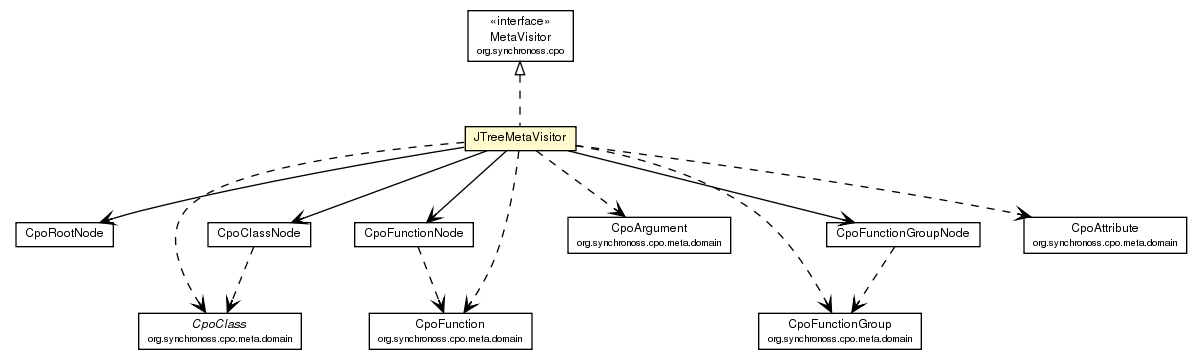
This is site/apidocs/org/synchronoss/cpo/util/JTreeMetaVisitor.png from synchronoss/cpo-util, a Graphviz export, as it was before one commit. Its source is kept beside it as site/apidocs/org/synchronoss/cpo/util/JTreeMetaVisitor.dot.
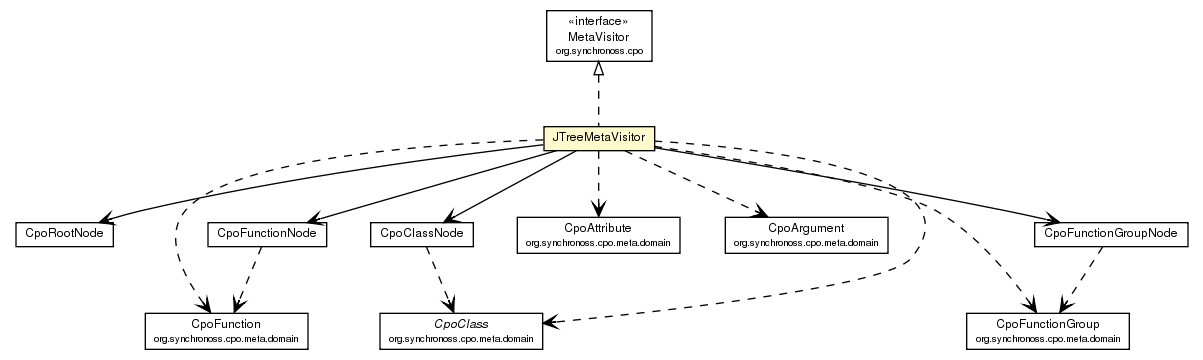
The same file after the commit.

What changed in the source:
```diff
@@ -34,13 +34,13 @@
 	c1707:p -> c1721:p [taillabel="", label="", headlabel="", fontname="Helvetica", fontcolor="black", fontsize=10.0, color="black", arrowhead=open];
 	c1707:p -> c1765:p [taillabel="", label="", headlabel="", fontname="Helvetica", fontcolor="black", fontsize=10.0, color="black", arrowhead=open, style=dashed];
 	c1707:p -> c1766:p [taillabel="", label="", headlabel="", fontname="Helvetica", fontcolor="black", fontsize=10.0, color="black", arrowhead=open, style=dashed];
-	c1707:p -> c1768:p [taillabel="", label="", headlabel="", fontname="Helvetica", fontcolor="black", fontsize=10.0, color="black", arrowhead=open, style=dashed];
+	c1707:p -> c1767:p [taillabel="", label="", headlabel="", fontname="Helvetica", fontcolor="black", fontsize=10.0, color="black", arrowhead=open, style=dashed];
 	c1707:p -> c1769:p [taillabel="", label="", headlabel="", fontname="Helvetica", fontcolor="black", fontsize=10.0, color="black", arrowhead=open, style=dashed];
 	c1707:p -> c1770:p [taillabel="", label="", headlabel="", fontname="Helvetica", fontcolor="black", fontsize=10.0, color="black", arrowhead=open, style=dashed];
-	c1721:p -> c1769:p [taillabel="", label="", headlabel="", fontname="Helvetica", fontcolor="black", fontsize=10.0, color="black", arrowhead=open, style=dashed];
-	c1723:p -> c1765:p [taillabel="", label="", headlabel="", fontname="Helvetica", fontcolor="black", fontsize=10.0, color="black", arrowhead=open, style=dashed];
-	c1728:p -> c1768:p [taillabel="", label="", headlabel="", fontname="Helvetica", fontcolor="black", fontsize=10.0, color="black", arrowhead=open, style=dashed];
-	c1765 [label=<<table border="0" cellborder="1" cellspacing="0" cellpadding="2" port="p" href="http://java.sun.com/j2se/1.4.2/docs/api/org/synchronoss/cpo/meta/domain/CpoClass.html">
+	c1721:p -> c1767:p [taillabel="", label="", headlabel="", fontname="Helvetica", fontcolor="black", fontsize=10.0, color="black", arrowhead=open, style=dashed];
+	c1723:p -> c1770:p [taillabel="", label="", headlabel="", fontname="Helvetica", fontcolor="black", fontsize=10.0, color="black", arrowhead=open, style=dashed];
+	c1728:p -> c1769:p [taillabel="", label="", headlabel="", fontname="Helvetica", fontcolor="black", fontsize=10.0, color="black", arrowhead=open, style=dashed];
+	c1770 [label=<<table border="0" cellborder="1" cellspacing="0" cellpadding="2" port="p" href="http://java.sun.com/j2se/1.4.2/docs/api/org/synchronoss/cpo/meta/domain/CpoClass.html">
 		<tr><td><table border="0" cellspacing="0" cellpadding="1">
 			<tr><td><font face="Helvetica-Oblique"> CpoClass </font></td></tr>
 			<tr><td><font point-size="7.0"> org.synchronoss.cpo.meta.domain </font></td></tr>
@@ -52,19 +52,19 @@
 			<tr><td><font point-size="7.0"> org.synchronoss.cpo.meta.domain </font></td></tr>
 		</table></td></tr>
 		</table>>, fontname="Helvetica", fontcolor="black", fontsize=9.0];
-	c1770 [label=<<table border="0" cellborder="1" cellspacing="0" cellpadding="2" port="p" href="http://java.sun.com/j2se/1.4.2/docs/api/org/synchronoss/cpo/meta/domain/CpoAttribute.html">
+	c1765 [label=<<table border="0" cellborder="1" cellspacing="0" cellpadding="2" port="p" href="http://java.sun.com/j2se/1.4.2/docs/api/org/synchronoss/cpo/meta/domain/CpoAttribute.html">
 		<tr><td><table border="0" cellspacing="0" cellpadding="1">
 			<tr><td> CpoAttribute </td></tr>
 			<tr><td><font point-size="7.0"> org.synchronoss.cpo.meta.domain </font></td></tr>
 		</table></td></tr>
 		</table>>, fontname="Helvetica", fontcolor="black", fontsize=9.0];
-	c1769 [label=<<table border="0" cellborder="1" cellspacing="0" cellpadding="2" port="p" href="http://java.sun.com/j2se/1.4.2/docs/api/org/synchronoss/cpo/meta/domain/CpoFunction.html">
+	c1767 [label=<<table border="0" cellborder="1" cellspacing="0" cellpadding="2" port="p" href="http://java.sun.com/j2se/1.4.2/docs/api/org/synchronoss/cpo/meta/domain/CpoFunction.html">
 		<tr><td><table border="0" cellspacing="0" cellpadding="1">
 			<tr><td> CpoFunction </td></tr>
 			<tr><td><font point-size="7.0"> org.synchronoss.cpo.meta.domain </font></td></tr>
 		</table></td></tr>
 		</table>>, fontname="Helvetica", fontcolor="black", fontsize=9.0];
-	c1768 [label=<<table border="0" cellborder="1" cellspacing="0" cellpadding="2" port="p" href="http://java.sun.com/j2se/1.4.2/docs/api/org/synchronoss/cpo/meta/domain/CpoFunctionGroup.html">
+	c1769 [label=<<table border="0" cellborder="1" cellspacing="0" cellpadding="2" port="p" href="http://java.sun.com/j2se/1.4.2/docs/api/org/synchronoss/cpo/meta/domain/CpoFunctionGroup.html">
 		<tr><td><table border="0" cellspacing="0" cellpadding="1">
 			<tr><td> CpoFunctionGroup </td></tr>
 			<tr><td><font point-size="7.0"> org.synchronoss.cpo.meta.domain </font></td></tr>
```
